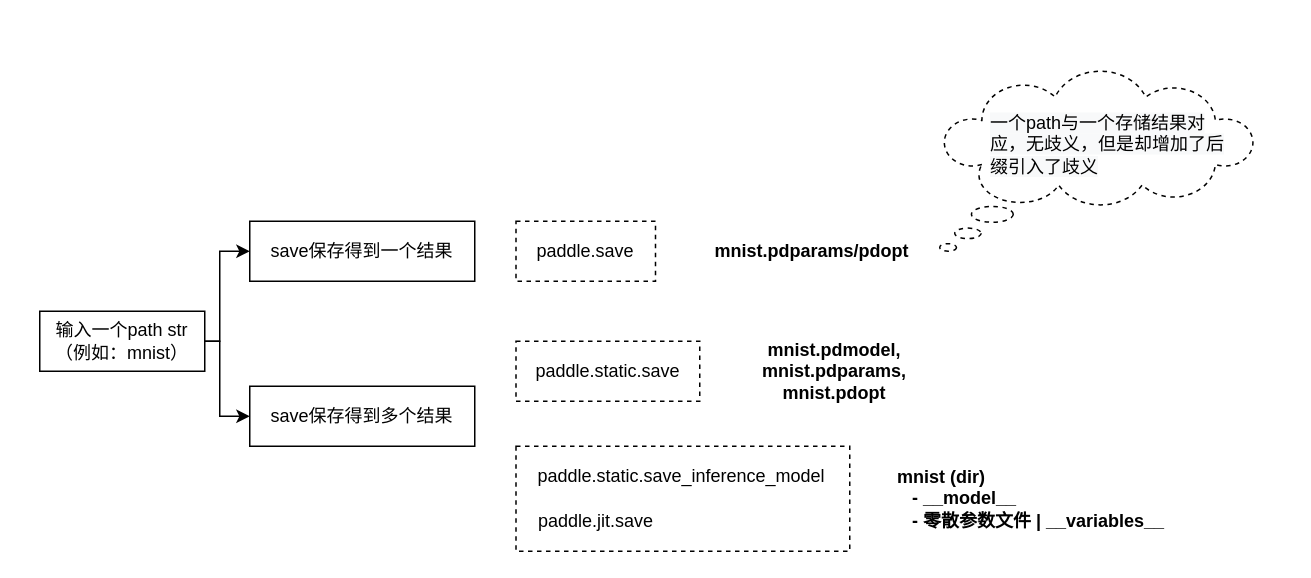
chenwhql/diagrams keeps this draw.io diagram as page "load-format" (2 of 2) of new_save_load.drawio. Above is the earlier version. Source tidied: cells renumbered, new cells numbered last; positions are measured from the earlier drawing's top-left corner, leaving out a move shared by most shapes. Both pictures are drawn from the tidied source at 150%, with x=0, y=0 at pixel (39, 70).
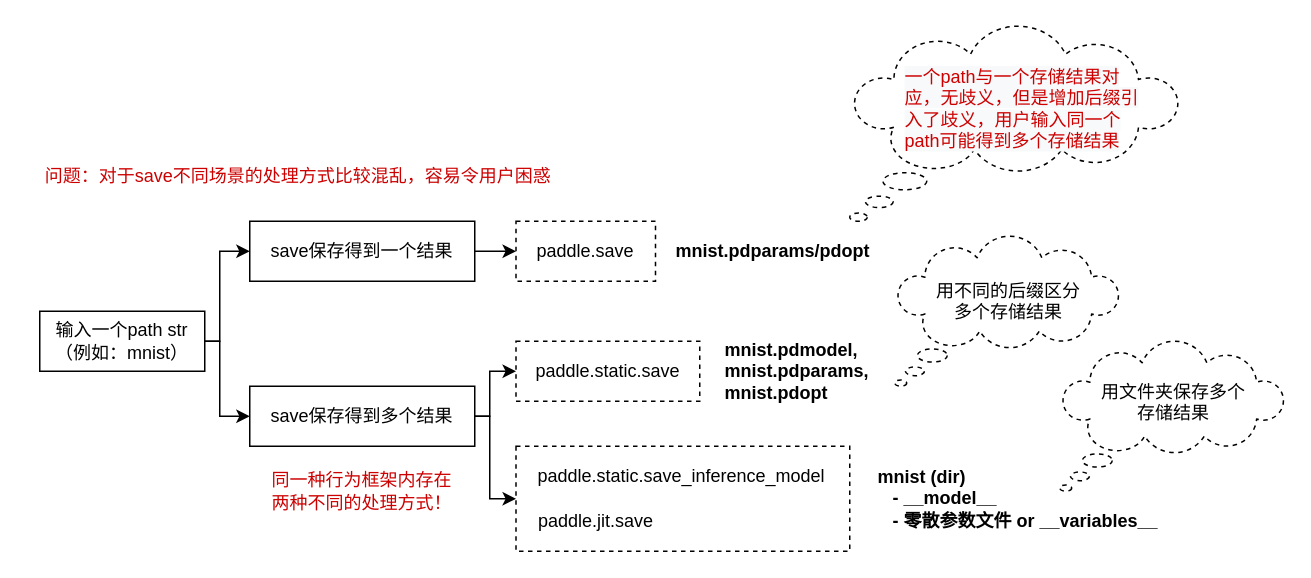
Above is the later version.

The change refers to these unchanged cells:
```xml
<mxCell id="2" style="rounded=0;whiteSpace=wrap;html=1;fillColor=none;dashed=1;" parent="1" vertex="1">
  <mxGeometry x="317.5" y="180" width="122.5" height="40" as="geometry" />
</mxCell>
<mxCell id="3" style="rounded=0;whiteSpace=wrap;html=1;fillColor=none;dashed=1;" parent="1" vertex="1">
  <mxGeometry x="317.5" y="250" width="222.5" height="70" as="geometry" />
</mxCell>
<mxCell id="7" value="save保存得到一个结果" style="rounded=0;whiteSpace=wrap;html=1;" parent="1" vertex="1">
  <mxGeometry x="140" y="100" width="150" height="40" as="geometry" />
</mxCell>
<mxCell id="8" value="save保存得到多个结果" style="rounded=0;whiteSpace=wrap;html=1;" parent="1" vertex="1">
  <mxGeometry x="140" y="210" width="150" height="40" as="geometry" />
</mxCell>
<mxCell id="13" style="rounded=0;whiteSpace=wrap;html=1;fillColor=none;dashed=1;" parent="1" vertex="1">
  <mxGeometry x="317.5" y="100" width="93" height="40" as="geometry" />
</mxCell>
```

Diff of the diagram source:
```diff
@@
+    <mxCell id="19" style="edgeStyle=orthogonalEdgeStyle;rounded=0;jettySize=auto;html=1;exitX=1;exitY=0.5;exitDx=0;exitDy=0;entryX=0;entryY=0.5;entryDx=0;entryDy=0;fontColor=#009900;" parent="1" edge="1" source="7" target="13">
+      <mxGeometry relative="1" as="geometry" />
+    </mxCell>
@@
+    <mxCell id="20" style="edgeStyle=orthogonalEdgeStyle;rounded=0;jettySize=auto;html=1;exitX=1;exitY=0.5;exitDx=0;exitDy=0;entryX=0;entryY=0.5;entryDx=0;entryDy=0;fontColor=#009900;" parent="1" edge="1" source="8" target="2">
+      <mxGeometry relative="1" as="geometry">
+        <Array as="points">
+          <mxPoint x="300" y="230" />
+          <mxPoint x="300" y="200" />
+        </Array>
+      </mxGeometry>
+    </mxCell>
+    <mxCell id="21" style="edgeStyle=orthogonalEdgeStyle;rounded=0;jettySize=auto;html=1;exitX=1;exitY=0.5;exitDx=0;exitDy=0;entryX=0;entryY=0.5;entryDx=0;entryDy=0;fontColor=#009900;" parent="1" edge="1" source="8" target="3">
+      <mxGeometry relative="1" as="geometry">
+        <Array as="points">
+          <mxPoint x="300" y="230" />
+          <mxPoint x="300" y="285" />
+        </Array>
+      </mxGeometry>
+    </mxCell>
@@
     <mxCell id="14" value="mnist.pdparams/pdopt" style="text;html=1;strokeColor=none;fillColor=none;align=center;verticalAlign=middle;whiteSpace=wrap;rounded=0;dashed=1;fontStyle=1;" parent="1" vertex="1">
-      <mxGeometry x="450" y="110" width="130" height="20" as="geometry" />
+      <mxGeometry x="424" y="110" width="130" height="20" as="geometry" />
     </mxCell>
-    <mxCell id="15" value="mnist.pdmodel, mnist.pdparams, mnist.pdopt" style="text;html=1;strokeColor=none;fillColor=none;align=center;verticalAlign=middle;whiteSpace=wrap;rounded=0;dashed=1;fontStyle=1;" parent="1" vertex="1">
-      <mxGeometry x="460" y="175" width="140" height="50" as="geometry" />
+    <mxCell id="15" value="mnist.pdmodel, mnist.pdparams, mnist.pdopt" style="text;html=1;strokeColor=none;fillColor=none;align=left;verticalAlign=middle;whiteSpace=wrap;rounded=0;dashed=1;fontStyle=1;" parent="1" vertex="1">
+      <mxGeometry x="455" y="175" width="120" height="50" as="geometry" />
     </mxCell>
-    <mxCell id="16" value="mnist (dir)&lt;br&gt;&amp;nbsp; &amp;nbsp;- __model__&lt;br&gt;&amp;nbsp; &amp;nbsp;- 零散参数文件 | __variables__" style="text;html=1;strokeColor=none;fillColor=none;align=left;verticalAlign=middle;whiteSpace=wrap;rounded=0;dashed=1;fontStyle=1;" parent="1" vertex="1">
-      <mxGeometry x="570" y="260" width="210" height="50" as="geometry" />
+    <mxCell id="16" value="mnist (dir)&lt;br&gt;&amp;nbsp; &amp;nbsp;- __model__&lt;br&gt;&amp;nbsp; &amp;nbsp;- 零散参数文件 or __variables__" style="text;html=1;strokeColor=none;fillColor=none;align=left;verticalAlign=middle;whiteSpace=wrap;rounded=0;dashed=1;fontStyle=1;" parent="1" vertex="1">
+      <mxGeometry x="557" y="260" width="210" height="50" as="geometry" />
     </mxCell>
     <mxCell id="17" style="whiteSpace=wrap;html=1;shape=mxgraph.basic.cloud_callout;dashed=1;fillColor=none;" parent="1" vertex="1">
-      <mxGeometry x="600" width="210" height="120" as="geometry" />
+      <mxGeometry x="540" y="-30" width="220" height="130" as="geometry" />
     </mxCell>
-    <mxCell id="18" value="&lt;span style=&quot;color: rgb(0, 0, 0); font-family: helvetica; font-size: 12px; font-style: normal; font-weight: 400; letter-spacing: normal; text-align: center; text-indent: 0px; text-transform: none; word-spacing: 0px; background-color: rgb(248, 249, 250); display: inline; float: none;&quot;&gt;一个path与一个存储结果对应，无歧义，但是却增加了后缀引入了歧义&lt;/span&gt;" style="text;whiteSpace=wrap;html=1;" parent="1" vertex="1">
-      <mxGeometry x="632" y="21" width="160" height="30" as="geometry" />
+    <mxCell id="18" value="&lt;span style=&quot;font-family: &amp;#34;helvetica&amp;#34; ; font-size: 12px ; font-style: normal ; font-weight: 400 ; letter-spacing: normal ; text-align: center ; text-indent: 0px ; text-transform: none ; word-spacing: 0px ; background-color: rgb(248 , 249 , 250) ; display: inline ; float: none&quot;&gt;一个path与一个存储结果对应，无歧义，但是增加后缀引入了歧义，用户输入同一个path可能得到多个存储结果&lt;/span&gt;" style="text;whiteSpace=wrap;html=1;fontColor=#CC0000;" parent="1" vertex="1">
+      <mxGeometry x="575" y="-10" width="160" height="67" as="geometry" />
     </mxCell>
+    <mxCell id="22" style="whiteSpace=wrap;html=1;shape=mxgraph.basic.cloud_callout;dashed=1;fillColor=none;" parent="1" vertex="1">
+      <mxGeometry x="570" y="110" width="150" height="100" as="geometry" />
+    </mxCell>
+    <mxCell id="23" value="&lt;div style=&quot;text-align: center&quot;&gt;&lt;span&gt;&lt;font face=&quot;helvetica&quot;&gt;用不同的后缀区分多个存储结果&lt;/font&gt;&lt;/span&gt;&lt;/div&gt;" style="text;whiteSpace=wrap;html=1;" parent="1" vertex="1">
+      <mxGeometry x="596" y="133" width="98" height="67" as="geometry" />
+    </mxCell>
+    <mxCell id="24" style="whiteSpace=wrap;html=1;shape=mxgraph.basic.cloud_callout;dashed=1;fillColor=none;" parent="1" vertex="1">
+      <mxGeometry x="680" y="180" width="150" height="100" as="geometry" />
+    </mxCell>
+    <mxCell id="25" value="&lt;div style=&quot;text-align: center&quot;&gt;&lt;span&gt;&lt;font face=&quot;helvetica&quot;&gt;用文件夹保存多个存储结果&lt;/font&gt;&lt;/span&gt;&lt;/div&gt;" style="text;whiteSpace=wrap;html=1;" parent="1" vertex="1">
+      <mxGeometry x="706" y="200" width="98" height="67" as="geometry" />
+    </mxCell>
+    <mxCell id="26" value="同一种行为框架内存在两种不同的处理方式！" style="text;html=1;strokeColor=none;fillColor=none;align=center;verticalAlign=middle;whiteSpace=wrap;rounded=0;dashed=1;fontColor=#CC0000;" parent="1" vertex="1">
+      <mxGeometry x="150" y="260" width="130" height="40" as="geometry" />
+    </mxCell>
+    <mxCell id="27" value="问题：对于save不同场景的处理方式比较混乱，容易令用户困惑" style="text;html=1;strokeColor=none;fillColor=none;align=center;verticalAlign=middle;whiteSpace=wrap;rounded=0;dashed=1;fontColor=#CC0000;" parent="1" vertex="1">
+      <mxGeometry x="-9" y="60" width="362.5" height="20" as="geometry" />
+    </mxCell>
```
